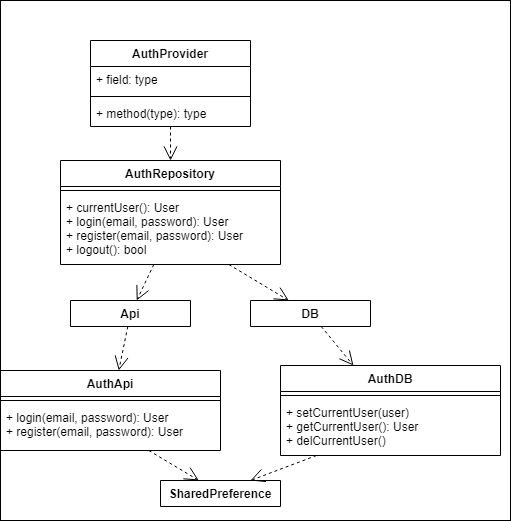
This is architecture.drawio.png from karthiTox/spaces-app-flutter-client, a draw.io export, as it was before one commit. Source tidied: cells renumbered, new cells last; positions are measured from the earlier drawing's top-left corner, leaving out a move shared by most shapes.
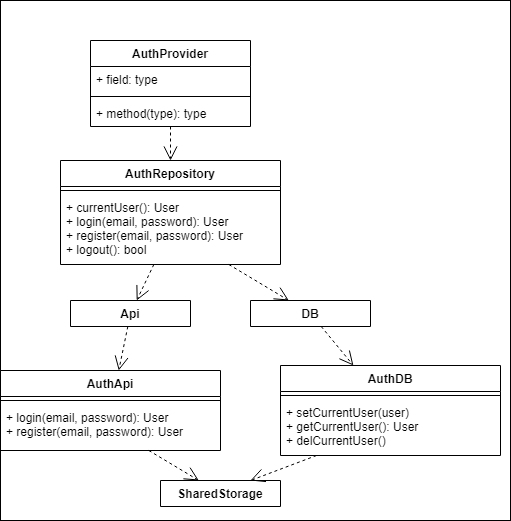
Later version of the same file.

What changed in the source:
```diff
@@ -65,7 +65,7 @@
     <mxCell id="22" style="endArrow=open;endSize=12;dashed=1;html=1;" parent="1" edge="1" source="21" target="13">
       <mxGeometry x="0.12" y="20" relative="1" as="geometry" />
     </mxCell>
-    <mxCell id="23" value="SharedPreference" style="swimlane;fontStyle=1;align=center;verticalAlign=top;horizontal=1;startSize=26;" parent="1" vertex="1" collapsed="1">
+    <mxCell id="23" value="SharedStorage" style="swimlane;fontStyle=1;align=center;verticalAlign=top;horizontal=1;startSize=26;" parent="1" vertex="1" collapsed="1">
       <mxGeometry x="160" y="480" width="120" height="26" as="geometry" />
     </mxCell>
     <mxCell id="24" style="endArrow=open;endSize=12;dashed=1;html=1;" parent="1" edge="1" source="12" target="23">
```
